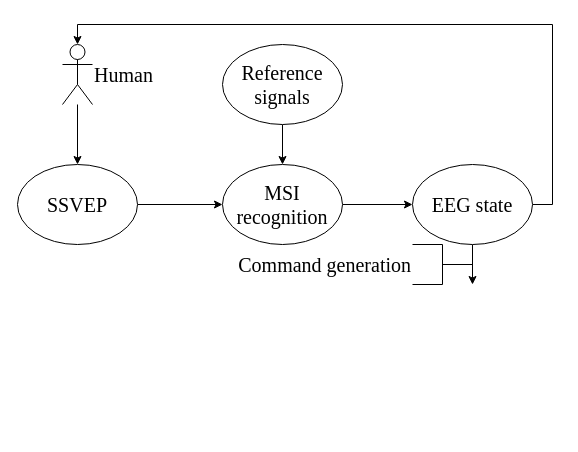
Before: Use of MSI to allocate SSVEP in human-robot interaction.drawio in lenferer/draw.io, a draw.io diagram. Source tidied: cells renumbered, new cells numbered last; positions are measured from the earlier drawing's top-left corner, leaving out a move shared by most shapes. Both pictures are drawn from the tidied source at 100%, with x=0, y=0 at pixel (17, 24).
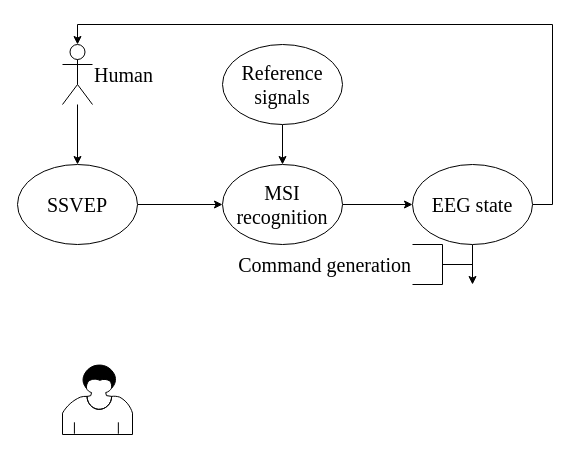
The same page after the edit.

Change to the diagram source:
```diff
@@
 <mxGraphModel>
   <root>
     <mxCell id="0" />
     <mxCell id="1" parent="0" />
     <mxCell id="2" style="edgeStyle=orthogonalEdgeStyle;rounded=0;jettySize=auto;html=1;fontFamily=Times New Roman;fontSize=20;" parent="1" edge="1" source="3" target="5">
       <mxGeometry relative="1" as="geometry" />
     </mxCell>
     <mxCell id="3" value="&lt;div style=&quot;font-size: 20px;&quot;&gt;Human&lt;/div&gt;" style="shape=umlActor;verticalLabelPosition=middle;verticalAlign=middle;html=1;outlineConnect=0;fontFamily=Times New Roman;fontSize=20;labelPosition=right;align=left;" parent="1" vertex="1">
       <mxGeometry x="45" y="20" width="30" height="60" as="geometry" />
     </mxCell>
     <mxCell id="4" style="edgeStyle=orthogonalEdgeStyle;rounded=0;jettySize=auto;html=1;entryX=0;entryY=0.5;entryDx=0;entryDy=0;fontFamily=Times New Roman;fontSize=20;" parent="1" edge="1" source="5" target="7">
       <mxGeometry relative="1" as="geometry" />
     </mxCell>
     <mxCell id="5" value="SSVEP" style="ellipse;whiteSpace=wrap;html=1;fontFamily=Times New Roman;fontSize=20;" parent="1" vertex="1">
       <mxGeometry y="140" width="120" height="80" as="geometry" />
     </mxCell>
     <mxCell id="6" style="edgeStyle=orthogonalEdgeStyle;rounded=0;jettySize=auto;html=1;entryX=0;entryY=0.5;entryDx=0;entryDy=0;fontFamily=Times New Roman;fontSize=20;" parent="1" edge="1" source="7" target="12">
       <mxGeometry relative="1" as="geometry" />
     </mxCell>
     <mxCell id="7" value="MSI recognition" style="ellipse;whiteSpace=wrap;html=1;fontFamily=Times New Roman;fontSize=20;" parent="1" vertex="1">
       <mxGeometry x="205" y="140" width="120" height="80" as="geometry" />
     </mxCell>
     <mxCell id="8" style="edgeStyle=orthogonalEdgeStyle;rounded=0;jettySize=auto;html=1;entryX=0.5;entryY=0;entryDx=0;entryDy=0;fontFamily=Times New Roman;fontSize=20;" parent="1" edge="1" source="9" target="7">
       <mxGeometry relative="1" as="geometry" />
     </mxCell>
     <mxCell id="9" value="&lt;span class=&quot;tlid-translation translation&quot; style=&quot;font-size: 20px;&quot; lang=&quot;en&quot;&gt;&lt;span title=&quot;&quot; class=&quot;&quot; style=&quot;font-size: 20px;&quot;&gt;Reference signals&lt;/span&gt;&lt;/span&gt;" style="ellipse;whiteSpace=wrap;html=1;fontFamily=Times New Roman;fontSize=20;" parent="1" vertex="1">
       <mxGeometry x="205" y="20" width="120" height="80" as="geometry" />
     </mxCell>
     <mxCell id="10" style="edgeStyle=orthogonalEdgeStyle;rounded=0;jettySize=auto;html=1;entryX=0.5;entryY=0;entryDx=0;entryDy=0;entryPerimeter=0;fontFamily=Times New Roman;fontSize=20;" parent="1" edge="1" source="12" target="3">
       <mxGeometry relative="1" as="geometry">
         <Array as="points">
           <mxPoint x="535" y="180" />
           <mxPoint x="535" />
           <mxPoint x="60" />
         </Array>
       </mxGeometry>
     </mxCell>
     <mxCell id="11" style="edgeStyle=orthogonalEdgeStyle;rounded=0;jettySize=auto;html=1;fontFamily=Times New Roman;fontSize=20;exitX=0.5;exitY=1;exitDx=0;exitDy=0;" parent="1" edge="1" source="12">
       <mxGeometry relative="1" as="geometry">
         <mxPoint x="455" y="260" as="targetPoint" />
         <Array as="points">
           <mxPoint x="455" y="260" />
           <mxPoint x="455" y="260" />
         </Array>
       </mxGeometry>
     </mxCell>
     <mxCell id="12" value="&lt;span class=&quot;tlid-translation translation&quot; style=&quot;font-size: 20px;&quot; lang=&quot;en&quot;&gt;&lt;span title=&quot;&quot; class=&quot;&quot; style=&quot;font-size: 20px;&quot;&gt;EEG state&lt;/span&gt;&lt;/span&gt;" style="ellipse;whiteSpace=wrap;html=1;fontFamily=Times New Roman;fontSize=20;" parent="1" vertex="1">
       <mxGeometry x="395" y="140" width="120" height="80" as="geometry" />
     </mxCell>
     <mxCell id="13" value="Command generation" style="strokeWidth=1;shape=mxgraph.flowchart.annotation_2;align=right;labelPosition=left;fontFamily=Times New Roman;fontSize=20;direction=west;spacing=2;verticalLabelPosition=middle;verticalAlign=middle;labelBackgroundColor=none;labelBorderColor=none;html=1;" parent="1" vertex="1">
       <mxGeometry x="395" y="220" width="60" height="40" as="geometry" />
     </mxCell>
+    <mxCell id="14" style="shape=mxgraph.bpmn.user_task;html=1;" parent="1" vertex="1">
+      <mxGeometry x="45" y="340" width="70" height="70" as="geometry" />
+    </mxCell>
   </root>
 </mxGraphModel>
```
